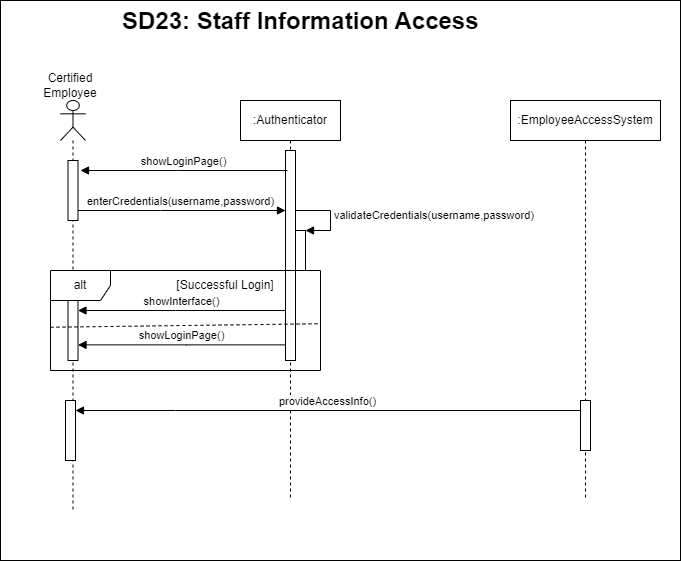
Smr002/Group01_Airport_Management_System keeps this draw.io diagram as Diagramms/Sequence Diagrams/SequenceDiagram23.png. Above is the earlier version. Source tidied: cells renumbered, new cells last; positions are measured from the earlier drawing's top-left corner, leaving out a move shared by most shapes.
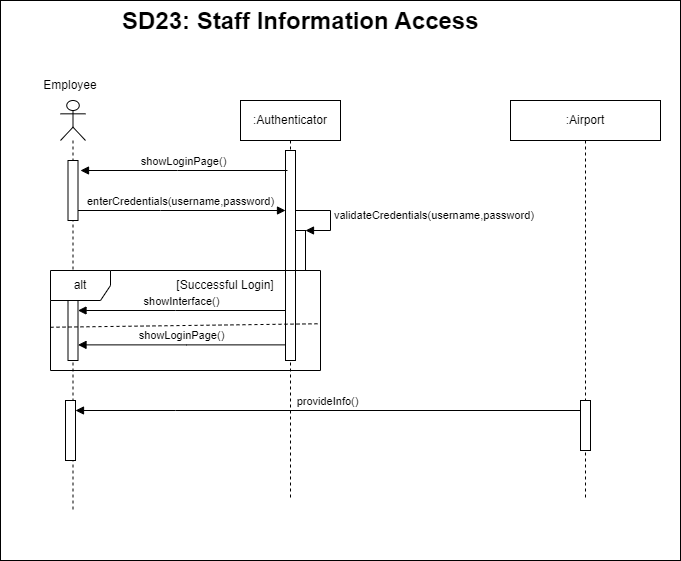
Above is the later version.

Change to the diagram source:
```diff
@@ -49,19 +49,19 @@
     <mxCell id="11" style="html=1;points=[[0,0,0,0,5],[0,1,0,0,-5],[1,0,0,0,5],[1,1,0,0,-5]];perimeter=orthogonalPerimeter;outlineConnect=0;targetShapes=umlLifeline;portConstraint=eastwest;newEdgeStyle={&quot;curved&quot;:0,&quot;rounded&quot;:0};" parent="9" vertex="1">
       <mxGeometry x="7.5" y="200" width="10" height="60" as="geometry" />
     </mxCell>
-    <mxCell id="12" value="Certified Employee" style="text;strokeColor=none;align=center;fillColor=none;html=1;verticalAlign=middle;whiteSpace=wrap;rounded=0;" parent="1" vertex="1">
+    <mxCell id="12" value="Employee" style="text;strokeColor=none;align=center;fillColor=none;html=1;verticalAlign=middle;whiteSpace=wrap;rounded=0;" parent="1" vertex="1">
       <mxGeometry x="30" y="70" width="80" height="30" as="geometry" />
     </mxCell>
     <mxCell id="13" value="&lt;h1 style=&quot;margin-top: 0px;&quot;&gt;SD23: Staff Information Access&lt;/h1&gt;" style="text;html=1;whiteSpace=wrap;overflow=hidden;rounded=0;" parent="1" vertex="1">
       <mxGeometry x="120" width="450" height="40" as="geometry" />
     </mxCell>
-    <mxCell id="14" value=":EmployeeAccessSystem" style="shape=umlLifeline;perimeter=lifelinePerimeter;whiteSpace=wrap;html=1;newEdgeStyle={&quot;edgeStyle&quot;:&quot;elbowEdgeStyle&quot;,&quot;elbow&quot;:&quot;vertical&quot;,&quot;curved&quot;:0,&quot;rounded&quot;:0};" parent="1" vertex="1">
+    <mxCell id="14" value=":Airport" style="shape=umlLifeline;perimeter=lifelinePerimeter;whiteSpace=wrap;html=1;newEdgeStyle={&quot;edgeStyle&quot;:&quot;elbowEdgeStyle&quot;,&quot;elbow&quot;:&quot;vertical&quot;,&quot;curved&quot;:0,&quot;rounded&quot;:0};" parent="1" vertex="1">
       <mxGeometry x="510" y="100" width="150" height="400" as="geometry" />
     </mxCell>
     <mxCell id="15" style="html=1;points=[[0,0,0,0,5],[0,1,0,0,-5],[1,0,0,0,5],[1,1,0,0,-5]];perimeter=orthogonalPerimeter;outlineConnect=0;targetShapes=umlLifeline;portConstraint=eastwest;newEdgeStyle={&quot;curved&quot;:0,&quot;rounded&quot;:0};" parent="14" vertex="1">
       <mxGeometry x="-445" y="300" width="10" height="60" as="geometry" />
     </mxCell>
-    <mxCell id="16" value="provideAccessInfo()" style="html=1;verticalAlign=bottom;endArrow=block;edgeStyle=elbowEdgeStyle;elbow=vertical;curved=0;rounded=0;" parent="14" edge="1" source="17" target="15">
+    <mxCell id="16" value="provideInfo()" style="html=1;verticalAlign=bottom;endArrow=block;edgeStyle=elbowEdgeStyle;elbow=vertical;curved=0;rounded=0;" parent="14" edge="1" source="17" target="15">
       <mxGeometry relative="1" as="geometry">
         <Array as="points">
           <mxPoint x="-335" y="310" />
```
